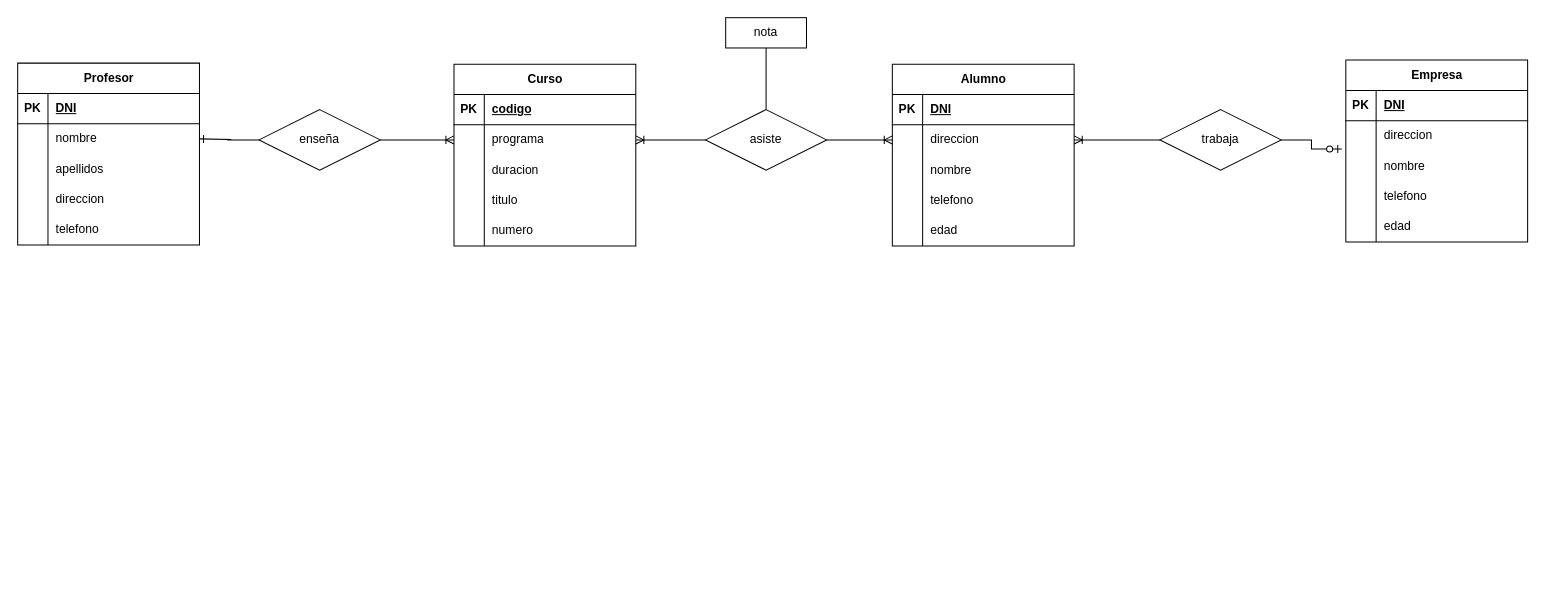
Earlier version of the draw.io diagram Ejercicio2.drawio (Daninuro/diagrames-cvf-dn-mpl-n-11102023). Source tidied: cells renumbered, new cells numbered last; positions are measured from the earlier drawing's top-left corner, leaving out a move shared by most shapes. Both pictures are drawn from the tidied source at 101%, with x=0, y=0 at pixel (17, 17).
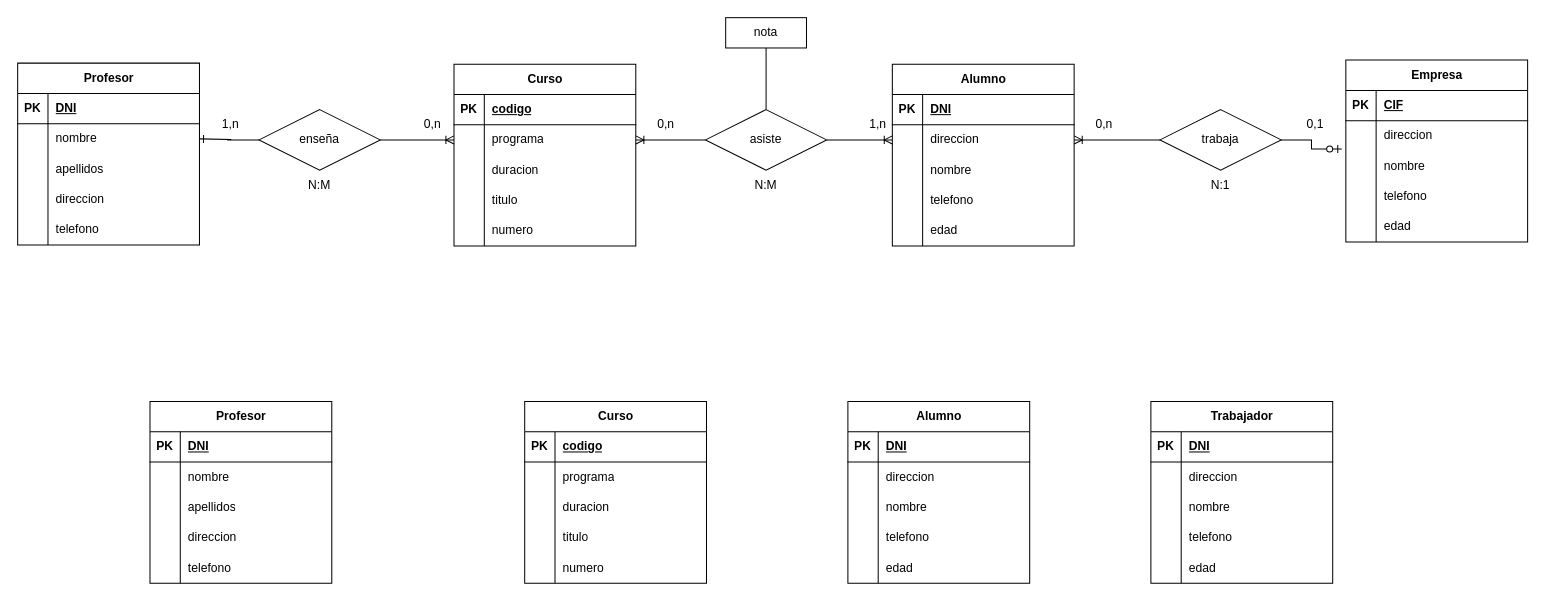
The same page after the edit.

Unchanged cells that the change refers to:
```xml
<mxCell id="59" style="shape=tableRow;horizontal=0;startSize=0;swimlaneHead=0;swimlaneBody=0;fillColor=none;top=0;left=0;right=0;bottom=1;" parent="58" vertex="1">
  <mxGeometry y="30" width="180" height="30" as="geometry" />
</mxCell>
```

Diff of the diagram source:
```diff
@@
-    <mxCell id="61" value="DNI" style="shape=partialRectangle;fillColor=none;top=0;left=0;bottom=0;right=0;align=left;spacingLeft=6;fontStyle=5;overflow=hidden;whiteSpace=wrap;html=1;" parent="59" vertex="1">
+    <mxCell id="61" value="CIF" style="shape=partialRectangle;fillColor=none;top=0;left=0;bottom=0;right=0;align=left;spacingLeft=6;fontStyle=5;overflow=hidden;whiteSpace=wrap;html=1;" parent="59" vertex="1">
       <mxGeometry x="30" width="150" height="30" as="geometry" />
     </mxCell>
@@
+    <mxCell id="77" value="Trabajador" style="shape=table;startSize=30;childLayout=tableLayout;rowLines=0;fontStyle=1;align=center;html=1;" parent="1" vertex="1">
+      <mxGeometry x="1122" y="380" width="180" height="180" as="geometry" />
+    </mxCell>
+    <mxCell id="78" style="shape=tableRow;horizontal=0;startSize=0;swimlaneHead=0;swimlaneBody=0;fillColor=none;top=0;left=0;right=0;bottom=1;" parent="77" vertex="1">
+      <mxGeometry y="30" width="180" height="30" as="geometry" />
+    </mxCell>
+    <mxCell id="79" value="PK" style="shape=partialRectangle;fillColor=none;top=0;left=0;bottom=0;right=0;fontStyle=1;overflow=hidden;whiteSpace=wrap;html=1;" parent="78" vertex="1">
+      <mxGeometry width="30" height="30" as="geometry" />
+    </mxCell>
+    <mxCell id="80" value="DNI" style="shape=partialRectangle;fillColor=none;top=0;left=0;bottom=0;right=0;align=left;spacingLeft=6;fontStyle=5;overflow=hidden;whiteSpace=wrap;html=1;" parent="78" vertex="1">
+      <mxGeometry x="30" width="150" height="30" as="geometry" />
+    </mxCell>
+    <mxCell id="81" style="shape=tableRow;horizontal=0;startSize=0;swimlaneHead=0;swimlaneBody=0;fillColor=none;top=0;left=0;right=0;bottom=0;" parent="77" vertex="1">
+      <mxGeometry y="60" width="180" height="30" as="geometry" />
+    </mxCell>
+    <mxCell id="82" style="shape=partialRectangle;fillColor=none;top=0;left=0;bottom=0;right=0;overflow=hidden;whiteSpace=wrap;html=1;" parent="81" vertex="1">
+      <mxGeometry width="30" height="30" as="geometry" />
+    </mxCell>
+    <mxCell id="83" value="direccion" style="shape=partialRectangle;fillColor=none;top=0;left=0;bottom=0;right=0;align=left;spacingLeft=6;overflow=hidden;whiteSpace=wrap;html=1;" parent="81" vertex="1">
+      <mxGeometry x="30" width="150" height="30" as="geometry" />
+    </mxCell>
+    <mxCell id="84" style="shape=tableRow;horizontal=0;startSize=0;swimlaneHead=0;swimlaneBody=0;fillColor=none;top=0;left=0;right=0;bottom=0;" parent="77" vertex="1">
+      <mxGeometry y="90" width="180" height="30" as="geometry" />
+    </mxCell>
+    <mxCell id="85" style="shape=partialRectangle;fillColor=none;top=0;left=0;bottom=0;right=0;overflow=hidden;whiteSpace=wrap;html=1;" parent="84" vertex="1">
+      <mxGeometry width="30" height="30" as="geometry" />
+    </mxCell>
+    <mxCell id="86" value="nombre" style="shape=partialRectangle;fillColor=none;top=0;left=0;bottom=0;right=0;align=left;spacingLeft=6;overflow=hidden;whiteSpace=wrap;html=1;" parent="84" vertex="1">
+      <mxGeometry x="30" width="150" height="30" as="geometry" />
+    </mxCell>
+    <mxCell id="87" style="shape=tableRow;horizontal=0;startSize=0;swimlaneHead=0;swimlaneBody=0;fillColor=none;top=0;left=0;right=0;bottom=0;" parent="77" vertex="1">
+      <mxGeometry y="120" width="180" height="30" as="geometry" />
+    </mxCell>
+    <mxCell id="88" style="shape=partialRectangle;fillColor=none;top=0;left=0;bottom=0;right=0;overflow=hidden;whiteSpace=wrap;html=1;" parent="87" vertex="1">
+      <mxGeometry width="30" height="30" as="geometry" />
+    </mxCell>
+    <mxCell id="89" value="telefono" style="shape=partialRectangle;fillColor=none;top=0;left=0;bottom=0;right=0;align=left;spacingLeft=6;overflow=hidden;whiteSpace=wrap;html=1;" parent="87" vertex="1">
+      <mxGeometry x="30" width="150" height="30" as="geometry" />
+    </mxCell>
+    <mxCell id="90" style="shape=tableRow;horizontal=0;startSize=0;swimlaneHead=0;swimlaneBody=0;fillColor=none;top=0;left=0;right=0;bottom=0;" parent="77" vertex="1">
+      <mxGeometry y="150" width="180" height="30" as="geometry" />
+    </mxCell>
+    <mxCell id="91" style="shape=partialRectangle;fillColor=none;top=0;left=0;bottom=0;right=0;overflow=hidden;whiteSpace=wrap;html=1;" parent="90" vertex="1">
+      <mxGeometry width="30" height="30" as="geometry" />
+    </mxCell>
+    <mxCell id="92" value="edad" style="shape=partialRectangle;fillColor=none;top=0;left=0;bottom=0;right=0;align=left;spacingLeft=6;overflow=hidden;whiteSpace=wrap;html=1;" parent="90" vertex="1">
+      <mxGeometry x="30" width="150" height="30" as="geometry" />
+    </mxCell>
+    <mxCell id="93" value="Curso" style="shape=table;startSize=30;childLayout=tableLayout;rowLines=0;fontStyle=1;align=center;html=1;" parent="1" vertex="1">
+      <mxGeometry x="502" y="380" width="180" height="180" as="geometry" />
+    </mxCell>
+    <mxCell id="94" style="shape=tableRow;horizontal=0;startSize=0;swimlaneHead=0;swimlaneBody=0;fillColor=none;top=0;left=0;right=0;bottom=1;" parent="93" vertex="1">
+      <mxGeometry y="30" width="180" height="30" as="geometry" />
+    </mxCell>
+    <mxCell id="95" value="PK" style="shape=partialRectangle;fillColor=none;top=0;left=0;bottom=0;right=0;fontStyle=1;overflow=hidden;whiteSpace=wrap;html=1;" parent="94" vertex="1">
+      <mxGeometry width="30" height="30" as="geometry" />
+    </mxCell>
+    <mxCell id="96" value="codigo" style="shape=partialRectangle;fillColor=none;top=0;left=0;bottom=0;right=0;align=left;spacingLeft=6;fontStyle=5;overflow=hidden;whiteSpace=wrap;html=1;" parent="94" vertex="1">
+      <mxGeometry x="30" width="150" height="30" as="geometry" />
+    </mxCell>
+    <mxCell id="97" style="shape=tableRow;horizontal=0;startSize=0;swimlaneHead=0;swimlaneBody=0;fillColor=none;top=0;left=0;right=0;bottom=0;" parent="93" vertex="1">
+      <mxGeometry y="60" width="180" height="30" as="geometry" />
+    </mxCell>
+    <mxCell id="98" style="shape=partialRectangle;fillColor=none;top=0;left=0;bottom=0;right=0;overflow=hidden;whiteSpace=wrap;html=1;" parent="97" vertex="1">
+      <mxGeometry width="30" height="30" as="geometry" />
+    </mxCell>
+    <mxCell id="99" value="programa" style="shape=partialRectangle;fillColor=none;top=0;left=0;bottom=0;right=0;align=left;spacingLeft=6;overflow=hidden;whiteSpace=wrap;html=1;" parent="97" vertex="1">
+      <mxGeometry x="30" width="150" height="30" as="geometry" />
+    </mxCell>
+    <mxCell id="100" style="shape=tableRow;horizontal=0;startSize=0;swimlaneHead=0;swimlaneBody=0;fillColor=none;top=0;left=0;right=0;bottom=0;" parent="93" vertex="1">
+      <mxGeometry y="90" width="180" height="30" as="geometry" />
+    </mxCell>
+    <mxCell id="101" style="shape=partialRectangle;fillColor=none;top=0;left=0;bottom=0;right=0;overflow=hidden;whiteSpace=wrap;html=1;" parent="100" vertex="1">
+      <mxGeometry width="30" height="30" as="geometry" />
+    </mxCell>
+    <mxCell id="102" value="duracion" style="shape=partialRectangle;fillColor=none;top=0;left=0;bottom=0;right=0;align=left;spacingLeft=6;overflow=hidden;whiteSpace=wrap;html=1;" parent="100" vertex="1">
+      <mxGeometry x="30" width="150" height="30" as="geometry" />
+    </mxCell>
+    <mxCell id="103" style="shape=tableRow;horizontal=0;startSize=0;swimlaneHead=0;swimlaneBody=0;fillColor=none;top=0;left=0;right=0;bottom=0;" parent="93" vertex="1">
+      <mxGeometry y="120" width="180" height="30" as="geometry" />
+    </mxCell>
+    <mxCell id="104" style="shape=partialRectangle;fillColor=none;top=0;left=0;bottom=0;right=0;overflow=hidden;whiteSpace=wrap;html=1;" parent="103" vertex="1">
+      <mxGeometry width="30" height="30" as="geometry" />
+    </mxCell>
+    <mxCell id="105" value="titulo" style="shape=partialRectangle;fillColor=none;top=0;left=0;bottom=0;right=0;align=left;spacingLeft=6;overflow=hidden;whiteSpace=wrap;html=1;" parent="103" vertex="1">
+      <mxGeometry x="30" width="150" height="30" as="geometry" />
+    </mxCell>
+    <mxCell id="106" style="shape=tableRow;horizontal=0;startSize=0;swimlaneHead=0;swimlaneBody=0;fillColor=none;top=0;left=0;right=0;bottom=0;" parent="93" vertex="1">
+      <mxGeometry y="150" width="180" height="30" as="geometry" />
+    </mxCell>
+    <mxCell id="107" style="shape=partialRectangle;fillColor=none;top=0;left=0;bottom=0;right=0;overflow=hidden;whiteSpace=wrap;html=1;" parent="106" vertex="1">
+      <mxGeometry width="30" height="30" as="geometry" />
+    </mxCell>
+    <mxCell id="108" value="numero" style="shape=partialRectangle;fillColor=none;top=0;left=0;bottom=0;right=0;align=left;spacingLeft=6;overflow=hidden;whiteSpace=wrap;html=1;" parent="106" vertex="1">
+      <mxGeometry x="30" width="150" height="30" as="geometry" />
+    </mxCell>
+    <mxCell id="109" value="Profesor" style="shape=table;startSize=30;childLayout=tableLayout;rowLines=0;fontStyle=1;align=center;html=1;" parent="1" vertex="1">
+      <mxGeometry x="131" y="380" width="180" height="180" as="geometry" />
+    </mxCell>
+    <mxCell id="110" style="shape=tableRow;horizontal=0;startSize=0;swimlaneHead=0;swimlaneBody=0;fillColor=none;top=0;left=0;right=0;bottom=1;" parent="109" vertex="1">
+      <mxGeometry y="30" width="180" height="30" as="geometry" />
+    </mxCell>
+    <mxCell id="111" value="PK" style="shape=partialRectangle;fillColor=none;top=0;left=0;bottom=0;right=0;fontStyle=1;overflow=hidden;whiteSpace=wrap;html=1;" parent="110" vertex="1">
+      <mxGeometry width="30" height="30" as="geometry" />
+    </mxCell>
+    <mxCell id="112" value="DNI" style="shape=partialRectangle;fillColor=none;top=0;left=0;bottom=0;right=0;align=left;spacingLeft=6;fontStyle=5;overflow=hidden;whiteSpace=wrap;html=1;" parent="110" vertex="1">
+      <mxGeometry x="30" width="150" height="30" as="geometry" />
+    </mxCell>
+    <mxCell id="113" style="shape=tableRow;horizontal=0;startSize=0;swimlaneHead=0;swimlaneBody=0;fillColor=none;top=0;left=0;right=0;bottom=0;" parent="109" vertex="1">
+      <mxGeometry y="60" width="180" height="30" as="geometry" />
+    </mxCell>
+    <mxCell id="114" style="shape=partialRectangle;fillColor=none;top=0;left=0;bottom=0;right=0;overflow=hidden;whiteSpace=wrap;html=1;" parent="113" vertex="1">
+      <mxGeometry width="30" height="30" as="geometry" />
+    </mxCell>
+    <mxCell id="115" value="nombre" style="shape=partialRectangle;fillColor=none;top=0;left=0;bottom=0;right=0;align=left;spacingLeft=6;overflow=hidden;whiteSpace=wrap;html=1;" parent="113" vertex="1">
+      <mxGeometry x="30" width="150" height="30" as="geometry" />
+    </mxCell>
+    <mxCell id="116" style="shape=tableRow;horizontal=0;startSize=0;swimlaneHead=0;swimlaneBody=0;fillColor=none;top=0;left=0;right=0;bottom=0;" parent="109" vertex="1">
+      <mxGeometry y="90" width="180" height="30" as="geometry" />
+    </mxCell>
+    <mxCell id="117" style="shape=partialRectangle;fillColor=none;top=0;left=0;bottom=0;right=0;overflow=hidden;whiteSpace=wrap;html=1;" parent="116" vertex="1">
+      <mxGeometry width="30" height="30" as="geometry" />
+    </mxCell>
+    <mxCell id="118" value="apellidos" style="shape=partialRectangle;fillColor=none;top=0;left=0;bottom=0;right=0;align=left;spacingLeft=6;overflow=hidden;whiteSpace=wrap;html=1;" parent="116" vertex="1">
+      <mxGeometry x="30" width="150" height="30" as="geometry" />
+    </mxCell>
+    <mxCell id="119" style="shape=tableRow;horizontal=0;startSize=0;swimlaneHead=0;swimlaneBody=0;fillColor=none;top=0;left=0;right=0;bottom=0;" parent="109" vertex="1">
+      <mxGeometry y="120" width="180" height="30" as="geometry" />
+    </mxCell>
+    <mxCell id="120" style="shape=partialRectangle;fillColor=none;top=0;left=0;bottom=0;right=0;overflow=hidden;whiteSpace=wrap;html=1;" parent="119" vertex="1">
+      <mxGeometry width="30" height="30" as="geometry" />
+    </mxCell>
+    <mxCell id="121" value="direccion" style="shape=partialRectangle;fillColor=none;top=0;left=0;bottom=0;right=0;align=left;spacingLeft=6;overflow=hidden;whiteSpace=wrap;html=1;" parent="119" vertex="1">
+      <mxGeometry x="30" width="150" height="30" as="geometry" />
+    </mxCell>
+    <mxCell id="122" style="shape=tableRow;horizontal=0;startSize=0;swimlaneHead=0;swimlaneBody=0;fillColor=none;top=0;left=0;right=0;bottom=0;" parent="109" vertex="1">
+      <mxGeometry y="150" width="180" height="30" as="geometry" />
+    </mxCell>
+    <mxCell id="123" style="shape=partialRectangle;fillColor=none;top=0;left=0;bottom=0;right=0;overflow=hidden;whiteSpace=wrap;html=1;" parent="122" vertex="1">
+      <mxGeometry width="30" height="30" as="geometry" />
+    </mxCell>
+    <mxCell id="124" value="telefono" style="shape=partialRectangle;fillColor=none;top=0;left=0;bottom=0;right=0;align=left;spacingLeft=6;overflow=hidden;whiteSpace=wrap;html=1;" parent="122" vertex="1">
+      <mxGeometry x="30" width="150" height="30" as="geometry" />
+    </mxCell>
+    <mxCell id="125" value="0,1" style="text;html=1;strokeColor=none;fillColor=none;align=center;verticalAlign=middle;whiteSpace=wrap;rounded=0;" parent="1" vertex="1">
+      <mxGeometry x="1255" y="91" width="60" height="30" as="geometry" />
+    </mxCell>
+    <mxCell id="126" value="0,n" style="text;html=1;strokeColor=none;fillColor=none;align=center;verticalAlign=middle;whiteSpace=wrap;rounded=0;" parent="1" vertex="1">
+      <mxGeometry x="1046" y="91" width="60" height="30" as="geometry" />
+    </mxCell>
+    <mxCell id="127" value="Alumno" style="shape=table;startSize=30;childLayout=tableLayout;rowLines=0;fontStyle=1;align=center;html=1;" parent="1" vertex="1">
+      <mxGeometry x="822" y="380" width="180" height="180" as="geometry" />
+    </mxCell>
+    <mxCell id="128" style="shape=tableRow;horizontal=0;startSize=0;swimlaneHead=0;swimlaneBody=0;fillColor=none;top=0;left=0;right=0;bottom=1;" parent="127" vertex="1">
+      <mxGeometry y="30" width="180" height="30" as="geometry" />
+    </mxCell>
+    <mxCell id="129" value="PK" style="shape=partialRectangle;fillColor=none;top=0;left=0;bottom=0;right=0;fontStyle=1;overflow=hidden;whiteSpace=wrap;html=1;" parent="128" vertex="1">
+      <mxGeometry width="30" height="30" as="geometry" />
+    </mxCell>
+    <mxCell id="130" value="DNI" style="shape=partialRectangle;fillColor=none;top=0;left=0;bottom=0;right=0;align=left;spacingLeft=6;fontStyle=5;overflow=hidden;whiteSpace=wrap;html=1;" parent="128" vertex="1">
+      <mxGeometry x="30" width="150" height="30" as="geometry" />
+    </mxCell>
+    <mxCell id="131" style="shape=tableRow;horizontal=0;startSize=0;swimlaneHead=0;swimlaneBody=0;fillColor=none;top=0;left=0;right=0;bottom=0;" parent="127" vertex="1">
+      <mxGeometry y="60" width="180" height="30" as="geometry" />
+    </mxCell>
+    <mxCell id="132" style="shape=partialRectangle;fillColor=none;top=0;left=0;bottom=0;right=0;overflow=hidden;whiteSpace=wrap;html=1;" parent="131" vertex="1">
+      <mxGeometry width="30" height="30" as="geometry" />
+    </mxCell>
+    <mxCell id="133" value="direccion" style="shape=partialRectangle;fillColor=none;top=0;left=0;bottom=0;right=0;align=left;spacingLeft=6;overflow=hidden;whiteSpace=wrap;html=1;" parent="131" vertex="1">
+      <mxGeometry x="30" width="150" height="30" as="geometry" />
+    </mxCell>
+    <mxCell id="134" style="shape=tableRow;horizontal=0;startSize=0;swimlaneHead=0;swimlaneBody=0;fillColor=none;top=0;left=0;right=0;bottom=0;" parent="127" vertex="1">
+      <mxGeometry y="90" width="180" height="30" as="geometry" />
+    </mxCell>
+    <mxCell id="135" style="shape=partialRectangle;fillColor=none;top=0;left=0;bottom=0;right=0;overflow=hidden;whiteSpace=wrap;html=1;" parent="134" vertex="1">
+      <mxGeometry width="30" height="30" as="geometry" />
+    </mxCell>
+    <mxCell id="136" value="nombre" style="shape=partialRectangle;fillColor=none;top=0;left=0;bottom=0;right=0;align=left;spacingLeft=6;overflow=hidden;whiteSpace=wrap;html=1;" parent="134" vertex="1">
+      <mxGeometry x="30" width="150" height="30" as="geometry" />
+    </mxCell>
+    <mxCell id="137" style="shape=tableRow;horizontal=0;startSize=0;swimlaneHead=0;swimlaneBody=0;fillColor=none;top=0;left=0;right=0;bottom=0;" parent="127" vertex="1">
+      <mxGeometry y="120" width="180" height="30" as="geometry" />
+    </mxCell>
+    <mxCell id="138" style="shape=partialRectangle;fillColor=none;top=0;left=0;bottom=0;right=0;overflow=hidden;whiteSpace=wrap;html=1;" parent="137" vertex="1">
+      <mxGeometry width="30" height="30" as="geometry" />
+    </mxCell>
+    <mxCell id="139" value="telefono" style="shape=partialRectangle;fillColor=none;top=0;left=0;bottom=0;right=0;align=left;spacingLeft=6;overflow=hidden;whiteSpace=wrap;html=1;" parent="137" vertex="1">
+      <mxGeometry x="30" width="150" height="30" as="geometry" />
+    </mxCell>
+    <mxCell id="140" style="shape=tableRow;horizontal=0;startSize=0;swimlaneHead=0;swimlaneBody=0;fillColor=none;top=0;left=0;right=0;bottom=0;" parent="127" vertex="1">
+      <mxGeometry y="150" width="180" height="30" as="geometry" />
+    </mxCell>
+    <mxCell id="141" style="shape=partialRectangle;fillColor=none;top=0;left=0;bottom=0;right=0;overflow=hidden;whiteSpace=wrap;html=1;" parent="140" vertex="1">
+      <mxGeometry width="30" height="30" as="geometry" />
+    </mxCell>
+    <mxCell id="142" value="edad" style="shape=partialRectangle;fillColor=none;top=0;left=0;bottom=0;right=0;align=left;spacingLeft=6;overflow=hidden;whiteSpace=wrap;html=1;" parent="140" vertex="1">
+      <mxGeometry x="30" width="150" height="30" as="geometry" />
+    </mxCell>
+    <mxCell id="143" value="1,n" style="text;html=1;strokeColor=none;fillColor=none;align=center;verticalAlign=middle;whiteSpace=wrap;rounded=0;" parent="1" vertex="1">
+      <mxGeometry x="181" y="91" width="60" height="30" as="geometry" />
+    </mxCell>
+    <mxCell id="144" value="0,n" style="text;html=1;strokeColor=none;fillColor=none;align=center;verticalAlign=middle;whiteSpace=wrap;rounded=0;" parent="1" vertex="1">
+      <mxGeometry x="381" y="91" width="60" height="30" as="geometry" />
+    </mxCell>
+    <mxCell id="145" value="0,n" style="text;html=1;strokeColor=none;fillColor=none;align=center;verticalAlign=middle;whiteSpace=wrap;rounded=0;" parent="1" vertex="1">
+      <mxGeometry x="612" y="91" width="60" height="30" as="geometry" />
+    </mxCell>
+    <mxCell id="146" value="1,n" style="text;html=1;strokeColor=none;fillColor=none;align=center;verticalAlign=middle;whiteSpace=wrap;rounded=0;" parent="1" vertex="1">
+      <mxGeometry x="822" y="91" width="60" height="30" as="geometry" />
+    </mxCell>
+    <mxCell id="147" value="N:M" style="text;html=1;strokeColor=none;fillColor=none;align=center;verticalAlign=middle;whiteSpace=wrap;rounded=0;" parent="1" vertex="1">
+      <mxGeometry x="269" y="151" width="60" height="30" as="geometry" />
+    </mxCell>
+    <mxCell id="148" value="N:M" style="text;html=1;strokeColor=none;fillColor=none;align=center;verticalAlign=middle;whiteSpace=wrap;rounded=0;" parent="1" vertex="1">
+      <mxGeometry x="711" y="151" width="60" height="30" as="geometry" />
+    </mxCell>
+    <mxCell id="149" value="N:1" style="text;html=1;strokeColor=none;fillColor=none;align=center;verticalAlign=middle;whiteSpace=wrap;rounded=0;" parent="1" vertex="1">
+      <mxGeometry x="1161" y="151" width="60" height="30" as="geometry" />
+    </mxCell>
```
